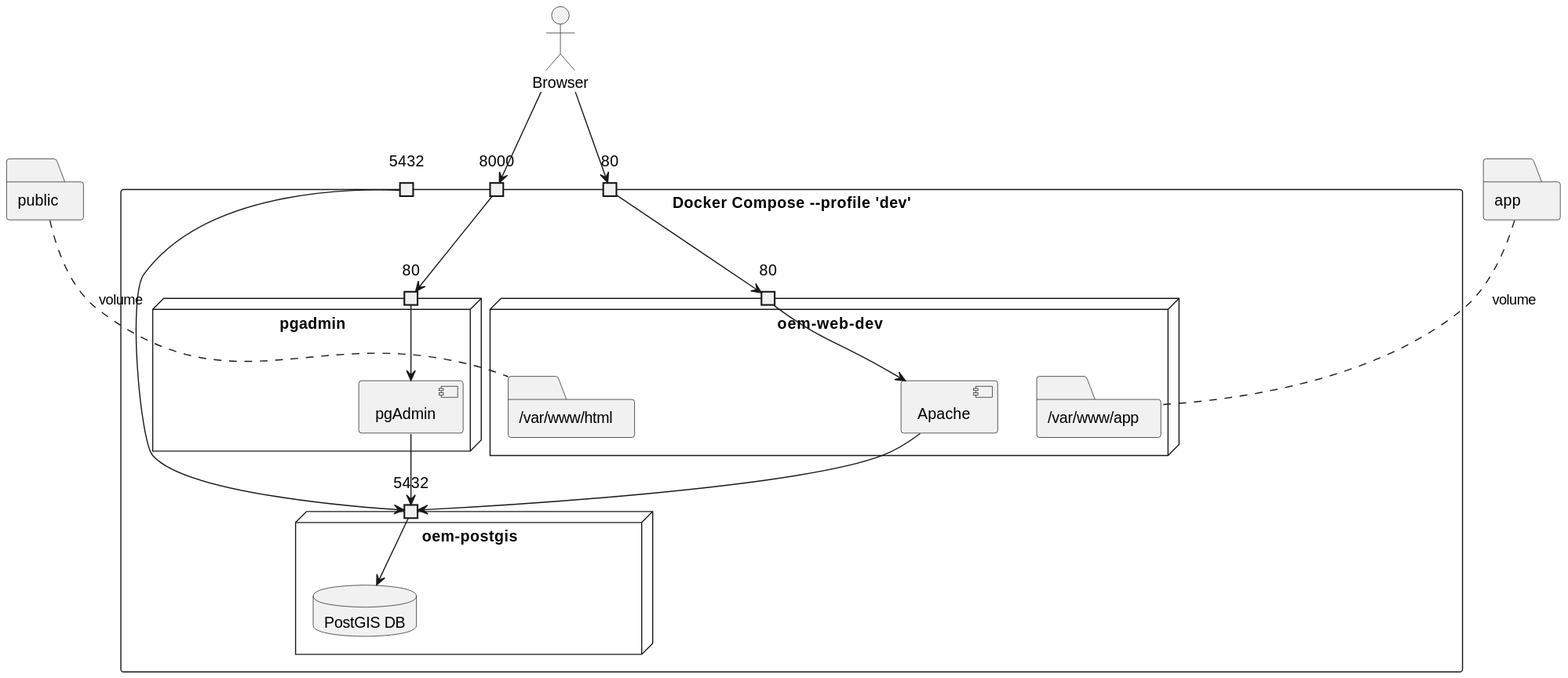
The PlantUML diagram images/dev.svg in Danysan1/osm-wikidata-map-framework, before a commit.
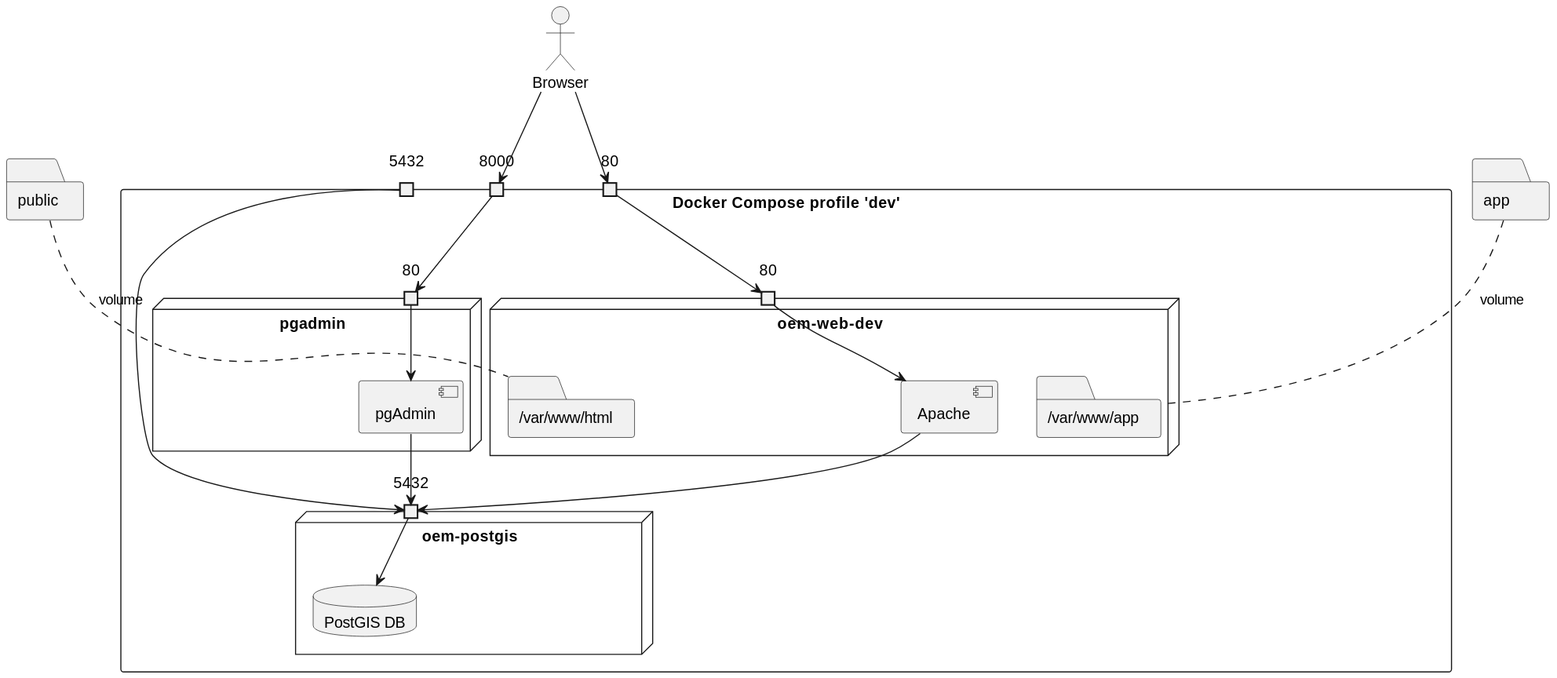
After the change.

What changed in the source:
```diff
@@ -1,7 +1,7 @@
 @startuml dev
 
 actor Browser
-rectangle "Docker Compose --profile 'dev'" as docker {
+rectangle "Docker Compose profile 'dev'" as docker {
   port "8000" as 8000docker
   port "5432" as 5432docker
   port "80" as 80docker
```
